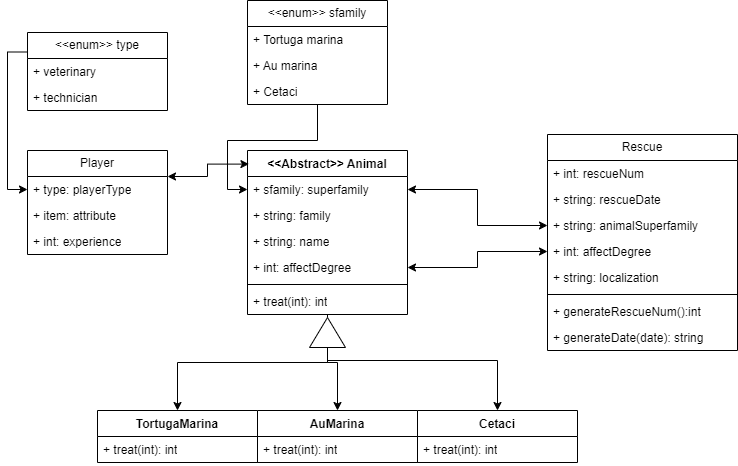
Before: SaveTheOceanUML.drawio.png, a diagram exported from draw.io (JoaquinAlcazar/SaveTheOcean). Source tidied: cells renumbered, new cells last; positions are measured from the earlier drawing's top-left corner, leaving out a move shared by most shapes.
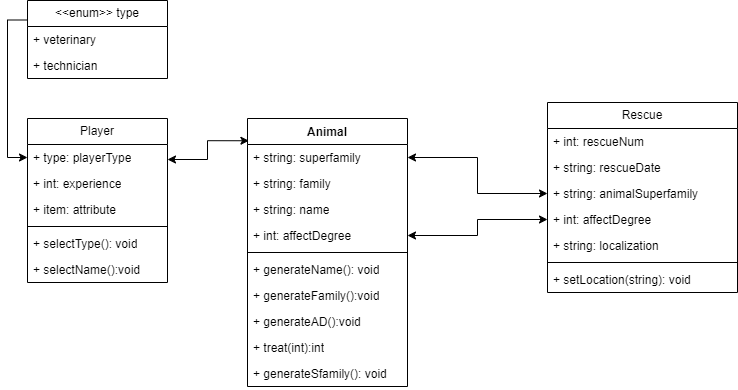
The same file after the commit.

Diff of the diagram source:
```diff
@@ -3,35 +3,30 @@
     <mxCell id="0" />
     <mxCell id="1" parent="0" />
     <mxCell id="2" value="Player" style="swimlane;fontStyle=0;horizontal=1;startSize=26;fillColor=none;whiteSpace=wrap;html=1;" parent="1" vertex="1">
-      <mxGeometry y="150" width="140" height="104" as="geometry" />
+      <mxGeometry y="150" width="140" height="164" as="geometry" />
     </mxCell>
     <mxCell id="3" value="+ type: playerType" style="text;strokeColor=none;fillColor=none;align=left;verticalAlign=top;spacingLeft=4;spacingRight=4;overflow=hidden;points=[[0,0.5],[1,0.5]];portConstraint=eastwest;whiteSpace=wrap;html=1;" parent="2" vertex="1">
       <mxGeometry y="26" width="140" height="26" as="geometry" />
     </mxCell>
+    <mxCell id="5" value="+ int: experience" style="text;strokeColor=none;fillColor=none;align=left;verticalAlign=top;spacingLeft=4;spacingRight=4;overflow=hidden;whiteSpace=wrap;html=1;" parent="2" vertex="1">
+      <mxGeometry y="52" width="140" height="26" as="geometry" />
+    </mxCell>
     <mxCell id="4" value="+ item: attribute" style="text;strokeColor=none;fillColor=none;align=left;verticalAlign=top;spacingLeft=4;spacingRight=4;overflow=hidden;whiteSpace=wrap;html=1;" parent="2" vertex="1">
-      <mxGeometry y="52" width="140" height="26" as="geometry" />
+      <mxGeometry y="78" width="140" height="26" as="geometry" />
     </mxCell>
-    <mxCell id="5" value="+ int: experience" style="text;strokeColor=none;fillColor=none;align=left;verticalAlign=top;spacingLeft=4;spacingRight=4;overflow=hidden;whiteSpace=wrap;html=1;" parent="2" vertex="1">
-      <mxGeometry y="78" width="140" height="26" as="geometry" />
-    </mxCell>
-    <mxCell id="6" style="edgeStyle=orthogonalEdgeStyle;rounded=0;jettySize=auto;html=1;entryX=0.5;entryY=0;entryDx=0;entryDy=0;" parent="1" edge="1" source="9" target="40">
-      <mxGeometry relative="1" as="geometry" />
-    </mxCell>
-    <mxCell id="7" style="edgeStyle=orthogonalEdgeStyle;rounded=0;jettySize=auto;html=1;" parent="1" edge="1" source="9" target="36">
-      <mxGeometry relative="1" as="geometry" />
-    </mxCell>
-    <mxCell id="8" style="edgeStyle=orthogonalEdgeStyle;rounded=0;jettySize=auto;html=1;entryX=0.5;entryY=0;entryDx=0;entryDy=0;" parent="1" edge="1" source="9" target="38">
-      <mxGeometry relative="1" as="geometry">
-        <Array as="points">
-          <mxPoint x="300" y="360" />
-          <mxPoint x="470" y="360" />
-        </Array>
-      </mxGeometry>
-    </mxCell>
+    <mxCell id="44" style="line;strokeWidth=1;fillColor=none;align=left;verticalAlign=middle;spacingTop=-1;spacingLeft=3;spacingRight=3;labelPosition=right;strokeColor=inherit;" parent="2" vertex="1">
+      <mxGeometry y="104" width="140" height="8" as="geometry" />
+    </mxCell>
+    <mxCell id="45" value="+ selectType(): void" style="text;strokeColor=none;fillColor=none;align=left;verticalAlign=top;spacingLeft=4;spacingRight=4;overflow=hidden;whiteSpace=wrap;html=1;" parent="2" vertex="1">
+      <mxGeometry y="112" width="140" height="26" as="geometry" />
+    </mxCell>
+    <mxCell id="46" value="+ selectName():void" style="text;strokeColor=none;fillColor=none;align=left;verticalAlign=top;spacingLeft=4;spacingRight=4;overflow=hidden;whiteSpace=wrap;html=1;" parent="2" vertex="1">
+      <mxGeometry y="138" width="140" height="26" as="geometry" />
+    </mxCell>
-    <mxCell id="9" value="&amp;lt;&amp;lt;Abstract&amp;gt;&amp;gt; Animal" style="swimlane;fontStyle=1;align=center;verticalAlign=top;horizontal=1;startSize=26;whiteSpace=wrap;html=1;" parent="1" vertex="1">
-      <mxGeometry x="220" y="150" width="160" height="164" as="geometry" />
+    <mxCell id="9" value="Animal" style="swimlane;fontStyle=1;align=center;verticalAlign=top;horizontal=1;startSize=26;whiteSpace=wrap;html=1;" parent="1" vertex="1">
+      <mxGeometry x="220" y="150" width="160" height="268" as="geometry" />
     </mxCell>
-    <mxCell id="10" value="+ sfamily: superfamily" style="text;strokeColor=none;fillColor=none;align=left;verticalAlign=top;spacingLeft=4;spacingRight=4;overflow=hidden;points=[[0,0.5],[1,0.5]];portConstraint=eastwest;whiteSpace=wrap;html=1;" parent="9" vertex="1">
+    <mxCell id="10" value="+ string: superfamily" style="text;strokeColor=none;fillColor=none;align=left;verticalAlign=top;spacingLeft=4;spacingRight=4;overflow=hidden;points=[[0,0.5],[1,0.5]];portConstraint=eastwest;whiteSpace=wrap;html=1;" parent="9" vertex="1">
       <mxGeometry y="26" width="160" height="26" as="geometry" />
     </mxCell>
     <mxCell id="11" value="+ string: family" style="text;strokeColor=none;fillColor=none;align=left;verticalAlign=top;spacingLeft=4;spacingRight=4;overflow=hidden;whiteSpace=wrap;html=1;" parent="9" vertex="1">
@@ -46,8 +41,20 @@
     <mxCell id="14" style="line;strokeWidth=1;fillColor=none;align=left;verticalAlign=middle;spacingTop=-1;spacingLeft=3;spacingRight=3;labelPosition=right;strokeColor=inherit;" parent="9" vertex="1">
       <mxGeometry y="130" width="160" height="8" as="geometry" />
     </mxCell>
+    <mxCell id="47" value="+ generateName(): void" style="text;strokeColor=none;fillColor=none;align=left;verticalAlign=top;spacingLeft=4;spacingRight=4;overflow=hidden;whiteSpace=wrap;html=1;" parent="9" vertex="1">
+      <mxGeometry y="138" width="160" height="26" as="geometry" />
+    </mxCell>
+    <mxCell id="48" value="+ generateFamily():void" style="text;strokeColor=none;fillColor=none;align=left;verticalAlign=top;spacingLeft=4;spacingRight=4;overflow=hidden;whiteSpace=wrap;html=1;" parent="9" vertex="1">
+      <mxGeometry y="164" width="160" height="26" as="geometry" />
+    </mxCell>
+    <mxCell id="49" value="+ generateAD():void" style="text;strokeColor=none;fillColor=none;align=left;verticalAlign=top;spacingLeft=4;spacingRight=4;overflow=hidden;whiteSpace=wrap;html=1;" parent="9" vertex="1">
+      <mxGeometry y="190" width="160" height="26" as="geometry" />
+    </mxCell>
+    <mxCell id="50" value="+ treat(int):int" style="text;strokeColor=none;fillColor=none;align=left;verticalAlign=top;spacingLeft=4;spacingRight=4;overflow=hidden;whiteSpace=wrap;html=1;" parent="9" vertex="1">
+      <mxGeometry y="216" width="160" height="26" as="geometry" />
+    </mxCell>
-    <mxCell id="15" value="+ treat(int): int" style="text;strokeColor=none;fillColor=none;align=left;verticalAlign=top;spacingLeft=4;spacingRight=4;overflow=hidden;whiteSpace=wrap;html=1;" parent="9" vertex="1">
-      <mxGeometry y="138" width="160" height="26" as="geometry" />
+    <mxCell id="15" value="+ generateSfamily(): void" style="text;strokeColor=none;fillColor=none;align=left;verticalAlign=top;spacingLeft=4;spacingRight=4;overflow=hidden;whiteSpace=wrap;html=1;" parent="9" vertex="1">
+      <mxGeometry y="242" width="160" height="26" as="geometry" />
     </mxCell>
     <mxCell id="16" style="edgeStyle=orthogonalEdgeStyle;rounded=0;jettySize=auto;html=1;exitX=0;exitY=0.25;exitDx=0;exitDy=0;entryX=0;entryY=0.5;entryDx=0;entryDy=0;" parent="1" edge="1" source="17" target="3">
       <mxGeometry relative="1" as="geometry" />
@@ -62,7 +69,7 @@
       <mxGeometry y="52" width="140" height="26" as="geometry" />
     </mxCell>
     <mxCell id="20" value="Rescue" style="swimlane;fontStyle=0;horizontal=1;startSize=26;fillColor=none;whiteSpace=wrap;html=1;" parent="1" vertex="1">
-      <mxGeometry x="520" y="134" width="190" height="216" as="geometry" />
+      <mxGeometry x="520" y="134" width="190" height="190" as="geometry" />
     </mxCell>
     <mxCell id="21" value="+ int: rescueNum" style="text;strokeColor=none;fillColor=none;align=left;verticalAlign=top;spacingLeft=4;spacingRight=4;overflow=hidden;whiteSpace=wrap;html=1;" parent="20" vertex="1">
       <mxGeometry y="26" width="190" height="26" as="geometry" />
@@ -82,56 +89,17 @@
     <mxCell id="26" style="line;strokeWidth=1;fillColor=none;align=left;verticalAlign=middle;spacingTop=-1;spacingLeft=3;spacingRight=3;labelPosition=right;strokeColor=inherit;" parent="20" vertex="1">
       <mxGeometry y="156" width="190" height="8" as="geometry" />
     </mxCell>
-    <mxCell id="27" value="+ generateRescueNum():int" style="text;strokeColor=none;fillColor=none;align=left;verticalAlign=top;spacingLeft=4;spacingRight=4;overflow=hidden;whiteSpace=wrap;html=1;" parent="20" vertex="1">
+    <mxCell id="27" value="+ setLocation(string): void" style="text;strokeColor=none;fillColor=none;align=left;verticalAlign=top;spacingLeft=4;spacingRight=4;overflow=hidden;whiteSpace=wrap;html=1;" parent="20" vertex="1">
       <mxGeometry y="164" width="190" height="26" as="geometry" />
     </mxCell>
-    <mxCell id="28" value="+ generateDate(date): string" style="text;strokeColor=none;fillColor=none;align=left;verticalAlign=top;spacingLeft=4;spacingRight=4;overflow=hidden;whiteSpace=wrap;html=1;" parent="20" vertex="1">
-      <mxGeometry y="190" width="190" height="26" as="geometry" />
-    </mxCell>
-    <mxCell id="29" style="edgeStyle=orthogonalEdgeStyle;rounded=0;jettySize=auto;html=1;entryX=0;entryY=0.5;entryDx=0;entryDy=0;" parent="1" edge="1" source="30" target="10">
-      <mxGeometry relative="1" as="geometry" />
-    </mxCell>
-    <mxCell id="30" value="&amp;lt;&amp;lt;enum&amp;gt;&amp;gt; sfamily" style="swimlane;fontStyle=0;horizontal=1;startSize=26;fillColor=none;whiteSpace=wrap;html=1;" parent="1" vertex="1">
-      <mxGeometry x="220" width="140" height="104" as="geometry" />
-    </mxCell>
-    <mxCell id="31" value="+ Tortuga marina" style="text;strokeColor=none;fillColor=none;align=left;verticalAlign=top;spacingLeft=4;spacingRight=4;overflow=hidden;whiteSpace=wrap;html=1;" parent="30" vertex="1">
-      <mxGeometry y="26" width="140" height="26" as="geometry" />
-    </mxCell>
-    <mxCell id="32" value="+ Au marina" style="text;strokeColor=none;fillColor=none;align=left;verticalAlign=top;spacingLeft=4;spacingRight=4;overflow=hidden;whiteSpace=wrap;html=1;" parent="30" vertex="1">
-      <mxGeometry y="52" width="140" height="26" as="geometry" />
-    </mxCell>
-    <mxCell id="33" value="+ Cetaci" style="text;strokeColor=none;fillColor=none;align=left;verticalAlign=top;spacingLeft=4;spacingRight=4;overflow=hidden;whiteSpace=wrap;html=1;" parent="30" vertex="1">
-      <mxGeometry y="78" width="140" height="26" as="geometry" />
-    </mxCell>
     <mxCell id="34" style="edgeStyle=orthogonalEdgeStyle;rounded=0;jettySize=auto;html=1;entryX=1;entryY=0.5;entryDx=0;entryDy=0;endArrow=classic;endFill=1;startArrow=classic;startFill=1;" parent="1" edge="1" source="23" target="10">
       <mxGeometry relative="1" as="geometry" />
     </mxCell>
     <mxCell id="35" style="edgeStyle=orthogonalEdgeStyle;rounded=0;jettySize=auto;html=1;entryX=0;entryY=0.5;entryDx=0;entryDy=0;startArrow=classic;startFill=1;" parent="1" edge="1" source="13" target="24">
       <mxGeometry relative="1" as="geometry" />
     </mxCell>
-    <mxCell id="36" value="TortugaMarina" style="swimlane;fontStyle=1;align=center;verticalAlign=top;horizontal=1;startSize=26;whiteSpace=wrap;html=1;" parent="1" vertex="1">
-      <mxGeometry x="70" y="410" width="160" height="52" as="geometry" />
-    </mxCell>
-    <mxCell id="37" value="+ treat(int): int" style="text;strokeColor=none;fillColor=none;align=left;verticalAlign=top;spacingLeft=4;spacingRight=4;overflow=hidden;whiteSpace=wrap;html=1;" parent="36" vertex="1">
-      <mxGeometry y="26" width="160" height="26" as="geometry" />
-    </mxCell>
-    <mxCell id="38" value="Cetaci" style="swimlane;fontStyle=1;align=center;verticalAlign=top;horizontal=1;startSize=26;whiteSpace=wrap;html=1;" parent="1" vertex="1">
-      <mxGeometry x="390" y="410" width="160" height="52" as="geometry" />
-    </mxCell>
-    <mxCell id="39" value="+ treat(int): int" style="text;strokeColor=none;fillColor=none;align=left;verticalAlign=top;spacingLeft=4;spacingRight=4;overflow=hidden;whiteSpace=wrap;html=1;" parent="38" vertex="1">
-      <mxGeometry y="26" width="160" height="26" as="geometry" />
-    </mxCell>
-    <mxCell id="40" value="AuMarina" style="swimlane;fontStyle=1;align=center;verticalAlign=top;horizontal=1;startSize=26;whiteSpace=wrap;html=1;" parent="1" vertex="1">
-      <mxGeometry x="230" y="410" width="160" height="52" as="geometry" />
-    </mxCell>
-    <mxCell id="41" value="+ treat(int): int" style="text;strokeColor=none;fillColor=none;align=left;verticalAlign=top;spacingLeft=4;spacingRight=4;overflow=hidden;whiteSpace=wrap;html=1;" parent="40" vertex="1">
-      <mxGeometry y="26" width="160" height="26" as="geometry" />
-    </mxCell>
     <mxCell id="42" style="edgeStyle=orthogonalEdgeStyle;rounded=0;jettySize=auto;html=1;exitX=1;exitY=0.25;exitDx=0;exitDy=0;entryX=0.009;entryY=0.083;entryDx=0;entryDy=0;entryPerimeter=0;startArrow=classic;startFill=1;" parent="1" edge="1" source="2" target="9">
       <mxGeometry relative="1" as="geometry" />
     </mxCell>
-    <mxCell id="43" style="triangle;whiteSpace=wrap;html=1;rotation=-90;" parent="1" vertex="1">
-      <mxGeometry x="285" y="314" width="30" height="36" as="geometry" />
-    </mxCell>
   </root>
 </mxGraphModel>
```
